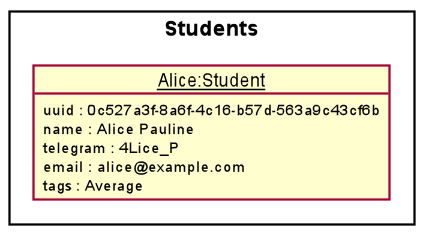
ypinhsuan/tp keeps this PlantUML diagram as docs/images/StudentUUID.png. Above is the earlier version. Its source is kept beside it as docs/diagrams/StudentUUID.puml.
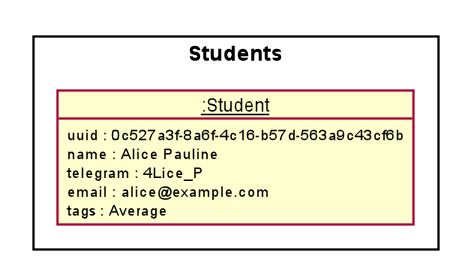
After the change.

Commit message:
Update DG with new Storage Diagram

What changed in the source:
```diff
@@ -6,7 +6,7 @@
 
 show object fields
 package Students <<rectangle>> {
-    object "<u>Alice:Student" as Student {
+    object "<u>:Student" as Student {
         uuid : 0c527a3f-8a6f-4c16-b57d-563a9c43cf6b
         name : Alice Pauline
         telegram : 4Lice_P
```
